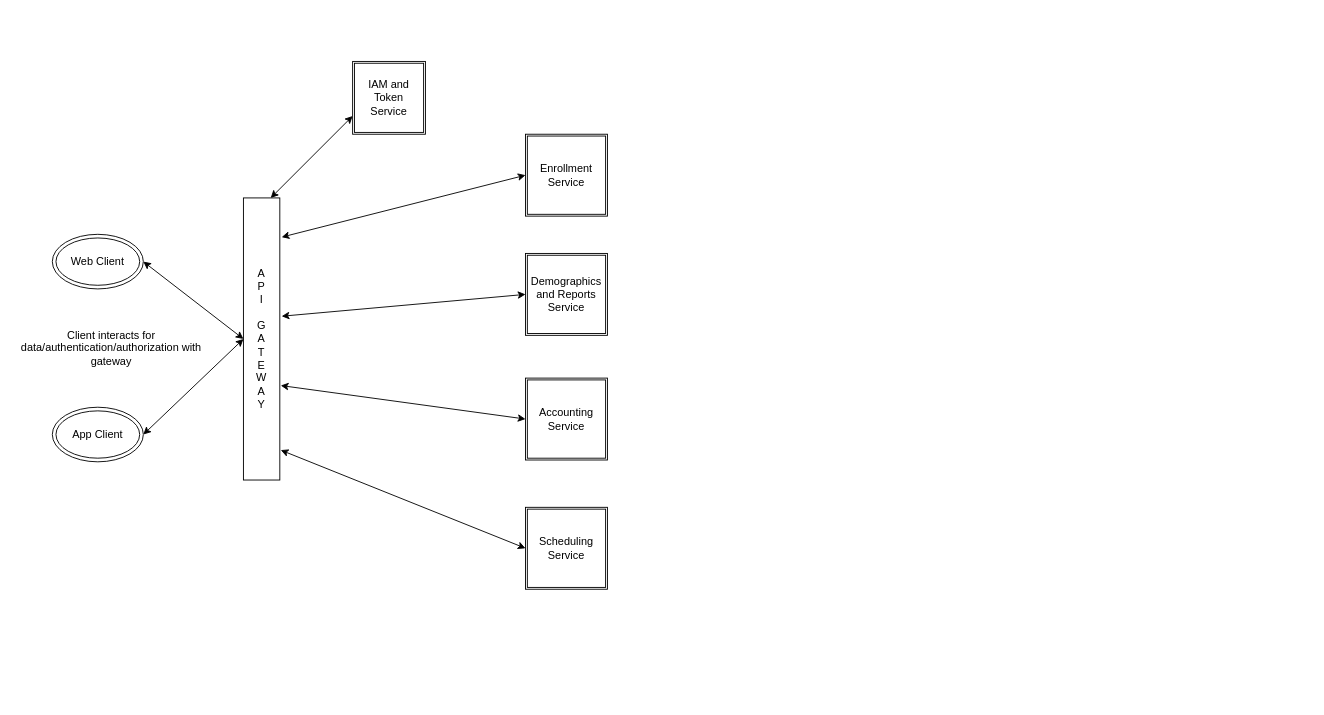
Above: Calypso-Overview.drawio in smarandi/calypso-ideation (draw.io), before the change. Source tidied: cells renumbered, new cells numbered last; positions are measured from the earlier drawing's top-left corner, leaving out a move shared by most shapes. Both pictures are drawn from the tidied source at 91%, with x=0, y=0 at pixel (15, 61).
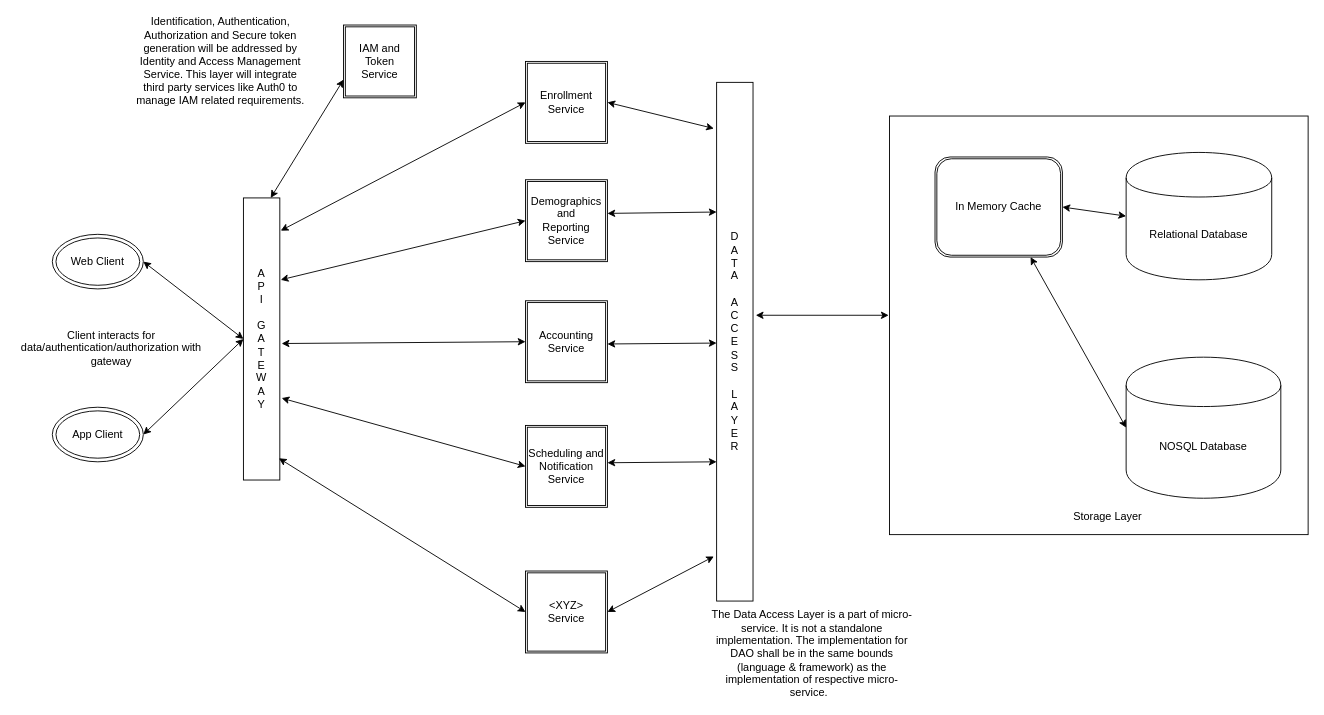
The same page after the edit.

Unchanged cells that the change refers to:
```xml
<mxCell id="2" value="A&lt;br&gt;P&lt;br&gt;I&lt;br&gt;&lt;br&gt;G&lt;br&gt;A&lt;br&gt;T&lt;br&gt;E&lt;br&gt;W&lt;br&gt;A&lt;br&gt;Y" style="rounded=0;whiteSpace=wrap;html=1;" parent="1" vertex="1">
  <mxGeometry x="250" y="150" width="40" height="310" as="geometry" />
</mxCell>
```

The edit, as a diff of the source:
```diff
@@
     <mxCell id="3" value="IAM and Token Service" style="shape=ext;double=1;whiteSpace=wrap;html=1;" parent="1" vertex="1">
-      <mxGeometry x="370" width="80" height="80" as="geometry" />
+      <mxGeometry x="360" y="-40" width="80" height="80" as="geometry" />
     </mxCell>
@@
     <mxCell id="9" value="Enrollment Service" style="shape=ext;double=1;whiteSpace=wrap;html=1;" parent="1" vertex="1">
-      <mxGeometry x="560" y="80" width="90" height="90" as="geometry" />
+      <mxGeometry x="560" width="90" height="90" as="geometry" />
     </mxCell>
-    <mxCell id="10" value="Demographics and Reports Service&lt;br&gt;" style="shape=ext;double=1;whiteSpace=wrap;html=1;" parent="1" vertex="1">
-      <mxGeometry x="560" y="211" width="90" height="90" as="geometry" />
+    <mxCell id="10" value="Demographics and &lt;br&gt;Reporting Service&lt;br&gt;" style="shape=ext;double=1;whiteSpace=wrap;html=1;" parent="1" vertex="1">
+      <mxGeometry x="560" y="130" width="90" height="90" as="geometry" />
     </mxCell>
     <mxCell id="11" value="Accounting&lt;br&gt;Service&lt;br&gt;" style="shape=ext;double=1;whiteSpace=wrap;html=1;" parent="1" vertex="1">
-      <mxGeometry x="560" y="348" width="90" height="90" as="geometry" />
+      <mxGeometry x="560" y="263" width="90" height="90" as="geometry" />
     </mxCell>
-    <mxCell id="12" value="Scheduling&lt;br&gt;Service&lt;br&gt;" style="shape=ext;double=1;whiteSpace=wrap;html=1;" parent="1" vertex="1">
-      <mxGeometry x="560" y="490" width="90" height="90" as="geometry" />
+    <mxCell id="12" value="Scheduling and Notification&lt;br&gt;Service&lt;br&gt;" style="shape=ext;double=1;whiteSpace=wrap;html=1;" parent="1" vertex="1">
+      <mxGeometry x="560" y="400" width="90" height="90" as="geometry" />
     </mxCell>
@@
-    <mxCell id="14" style="endArrow=classic;startArrow=classic;html=1;entryX=0;entryY=0.5;entryDx=0;entryDy=0;exitX=1.05;exitY=0.139;exitDx=0;exitDy=0;exitPerimeter=0;" parent="1" edge="1" source="2" target="9">
+    <mxCell id="14" style="endArrow=classic;startArrow=classic;html=1;entryX=0;entryY=0.5;entryDx=0;entryDy=0;exitX=1.025;exitY=0.116;exitDx=0;exitDy=0;exitPerimeter=0;" parent="1" edge="1" source="2" target="9">
       <mxGeometry relative="1" as="geometry" />
     </mxCell>
     <mxCell id="15" style="endArrow=classic;startArrow=classic;html=1;entryX=0;entryY=0.5;entryDx=0;entryDy=0;" parent="1" edge="1" target="10">
       <mxGeometry relative="1" as="geometry">
-        <mxPoint x="292" y="280" as="sourcePoint" />
+        <mxPoint x="291" y="240" as="sourcePoint" />
       </mxGeometry>
     </mxCell>
-    <mxCell id="16" style="endArrow=classic;startArrow=classic;html=1;entryX=0;entryY=0.5;entryDx=0;entryDy=0;exitX=1.025;exitY=0.665;exitDx=0;exitDy=0;exitPerimeter=0;" parent="1" edge="1" source="2" target="11">
-      <mxGeometry relative="1" as="geometry" />
+    <mxCell id="16" style="endArrow=classic;startArrow=classic;html=1;entryX=0;entryY=0.5;entryDx=0;entryDy=0;" parent="1" edge="1" target="11">
+      <mxGeometry relative="1" as="geometry">
+        <mxPoint x="292" y="310" as="sourcePoint" />
+      </mxGeometry>
     </mxCell>
-    <mxCell id="17" style="endArrow=classic;startArrow=classic;html=1;entryX=0;entryY=0.5;entryDx=0;entryDy=0;exitX=1.025;exitY=0.894;exitDx=0;exitDy=0;exitPerimeter=0;" parent="1" edge="1" source="2" target="12">
-      <mxGeometry relative="1" as="geometry" />
+    <mxCell id="17" style="endArrow=classic;startArrow=classic;html=1;entryX=0;entryY=0.5;entryDx=0;entryDy=0;" parent="1" edge="1" target="12">
+      <mxGeometry relative="1" as="geometry">
+        <mxPoint x="292" y="370" as="sourcePoint" />
+      </mxGeometry>
     </mxCell>
+    <mxCell id="18" value="&amp;lt;XYZ&amp;gt;&lt;br&gt;Service&lt;br&gt;" style="shape=ext;double=1;whiteSpace=wrap;html=1;" parent="1" vertex="1">
+      <mxGeometry x="560" y="560" width="90" height="90" as="geometry" />
+    </mxCell>
+    <mxCell id="19" style="endArrow=classic;startArrow=classic;html=1;entryX=0;entryY=0.5;entryDx=0;entryDy=0;exitX=0.975;exitY=0.923;exitDx=0;exitDy=0;exitPerimeter=0;" parent="1" edge="1" source="2" target="18">
+      <mxGeometry relative="1" as="geometry" />
+    </mxCell>
+    <mxCell id="20" value="D&lt;br&gt;A&lt;br&gt;T&lt;br&gt;A&lt;br&gt;&lt;br&gt;A&lt;br&gt;C&lt;br&gt;C&lt;br&gt;E&lt;br&gt;S&lt;br&gt;S&lt;br&gt;&lt;br&gt;L&lt;br&gt;A&lt;br&gt;Y&lt;br&gt;E&lt;br&gt;R" style="rounded=0;whiteSpace=wrap;html=1;" parent="1" vertex="1">
+      <mxGeometry x="770" y="23" width="40" height="570" as="geometry" />
+    </mxCell>
+    <mxCell id="21" style="endArrow=classic;startArrow=classic;html=1;exitX=1;exitY=0.5;exitDx=0;exitDy=0;entryX=-0.075;entryY=0.089;entryDx=0;entryDy=0;entryPerimeter=0;" parent="1" edge="1" source="9" target="20">
+      <mxGeometry relative="1" as="geometry" />
+    </mxCell>
+    <mxCell id="22" style="endArrow=classic;startArrow=classic;html=1;exitX=1;exitY=0.411;exitDx=0;exitDy=0;entryX=0;entryY=0.25;entryDx=0;entryDy=0;exitPerimeter=0;" parent="1" edge="1" source="10" target="20">
+      <mxGeometry relative="1" as="geometry" />
+    </mxCell>
+    <mxCell id="23" style="endArrow=classic;startArrow=classic;html=1;exitX=1;exitY=0.411;exitDx=0;exitDy=0;entryX=0;entryY=0.25;entryDx=0;entryDy=0;exitPerimeter=0;" parent="1" edge="1">
+      <mxGeometry relative="1" as="geometry">
+        <mxPoint x="650" y="310.5" as="sourcePoint" />
+        <mxPoint x="770" y="309.5" as="targetPoint" />
+      </mxGeometry>
+    </mxCell>
+    <mxCell id="24" style="endArrow=classic;startArrow=classic;html=1;exitX=1;exitY=0.411;exitDx=0;exitDy=0;entryX=0;entryY=0.25;entryDx=0;entryDy=0;exitPerimeter=0;" parent="1" edge="1">
+      <mxGeometry relative="1" as="geometry">
+        <mxPoint x="650" y="441" as="sourcePoint" />
+        <mxPoint x="770" y="440" as="targetPoint" />
+      </mxGeometry>
+    </mxCell>
+    <mxCell id="25" style="endArrow=classic;startArrow=classic;html=1;exitX=1;exitY=0.5;exitDx=0;exitDy=0;entryX=-0.075;entryY=0.914;entryDx=0;entryDy=0;entryPerimeter=0;" parent="1" edge="1" source="18" target="20">
+      <mxGeometry relative="1" as="geometry" />
+    </mxCell>
+    <mxCell id="26" style="endArrow=classic;startArrow=classic;html=1;entryX=-0.002;entryY=0.476;entryDx=0;entryDy=0;entryPerimeter=0;exitX=1.075;exitY=0.449;exitDx=0;exitDy=0;exitPerimeter=0;" parent="1" edge="1" source="20" target="28">
+      <mxGeometry relative="1" as="geometry" />
+    </mxCell>
+    <mxCell id="27" style="group;" parent="1" vertex="1">
+      <mxGeometry x="960" y="60" width="460" height="460" as="geometry" />
+    </mxCell>
+    <mxCell id="28" style="whiteSpace=wrap;html=1;" parent="27" vertex="1">
+      <mxGeometry width="460" height="460" as="geometry" />
+    </mxCell>
+    <mxCell id="29" value="In Memory Cache" style="shape=ext;double=1;rounded=1;whiteSpace=wrap;html=1;" parent="27" vertex="1">
+      <mxGeometry x="50" y="45" width="140" height="110" as="geometry" />
+    </mxCell>
+    <mxCell id="30" value="Relational Database" style="shape=cylinder;whiteSpace=wrap;html=1;boundedLbl=1;backgroundOutline=1;" parent="27" vertex="1">
+      <mxGeometry x="260" y="40" width="160" height="140" as="geometry" />
+    </mxCell>
+    <mxCell id="31" value="NOSQL Database" style="shape=cylinder;whiteSpace=wrap;html=1;boundedLbl=1;backgroundOutline=1;" parent="27" vertex="1">
+      <mxGeometry x="260" y="265" width="170" height="155" as="geometry" />
+    </mxCell>
+    <mxCell id="32" value="Storage Layer" style="text;html=1;strokeColor=none;fillColor=none;align=center;verticalAlign=middle;whiteSpace=wrap;overflow=hidden;" parent="27" vertex="1">
+      <mxGeometry x="200" y="430" width="80" height="20" as="geometry" />
+    </mxCell>
+    <mxCell id="33" style="endArrow=classic;startArrow=classic;html=1;entryX=0;entryY=0.5;entryDx=0;entryDy=0;exitX=1;exitY=0.5;exitDx=0;exitDy=0;" parent="27" edge="1" source="29" target="30">
+      <mxGeometry relative="1" as="geometry" />
+    </mxCell>
+    <mxCell id="34" style="endArrow=classic;startArrow=classic;html=1;entryX=0;entryY=0.5;entryDx=0;entryDy=0;exitX=0.75;exitY=1;exitDx=0;exitDy=0;" parent="27" edge="1" source="29" target="31">
+      <mxGeometry relative="1" as="geometry" />
+    </mxCell>
+    <mxCell id="35" value="The Data Access Layer is a part of micro-service. It is not a standalone implementation. The implementation for DAO shall be in the same bounds (language &amp;amp; framework) as the implementation of respective micro-service.&amp;nbsp;&amp;nbsp;" style="text;html=1;strokeColor=none;fillColor=none;align=center;verticalAlign=middle;whiteSpace=wrap;rounded=0;" parent="1" vertex="1">
+      <mxGeometry x="760" y="602" width="230" height="98" as="geometry" />
+    </mxCell>
+    <mxCell id="36" value="Identification, Authentication, Authorization and Secure token generation will be addressed by Identity and Access Management Service. This layer will integrate third party services like Auth0 to manage IAM related requirements." style="text;html=1;strokeColor=none;fillColor=none;align=center;verticalAlign=middle;whiteSpace=wrap;rounded=0;" parent="1" vertex="1">
+      <mxGeometry x="130" y="-50" width="190" height="100" as="geometry" />
+    </mxCell>
```
